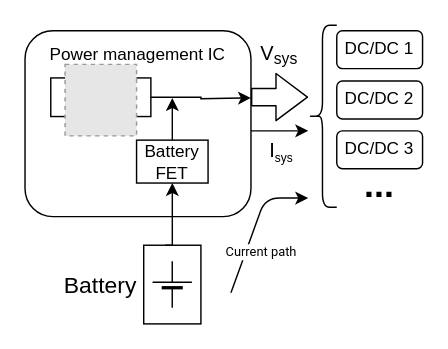
Before: diagram/Untitled Diagram_1.2.drawio in huhu6608/3Paths_UPS, a draw.io diagram. Source tidied: cells renumbered, new cells numbered last; positions are measured from the earlier drawing's top-left corner, leaving out a move shared by most shapes. Both pictures are drawn from the tidied source at 143%, with x=0, y=0 at pixel (24, 24). Pictures stored in the file or linked from it are replaced by grey dashed boxes.
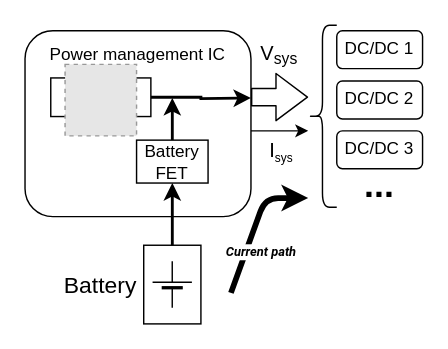
The same page after the edit.

Unchanged cells that the change refers to:
```xml
<mxCell id="5" value="DC/DC" style="rounded=0;whiteSpace=wrap;html=1;" parent="1" vertex="1">
  <mxGeometry x="18" y="37" width="70" height="27" as="geometry" />
</mxCell>
<mxCell id="7" value="&lt;font style=&quot;font-size: 12px;&quot;&gt;Battery FET&lt;/font&gt;" style="rounded=0;whiteSpace=wrap;html=1;fontSize=12;" parent="1" vertex="1">
  <mxGeometry x="78" y="80.5" width="50" height="30" as="geometry" />
</mxCell>
```

Diff of the diagram source:
```diff
@@
-    <mxCell id="4" style="edgeStyle=orthogonalEdgeStyle;rounded=0;jettySize=auto;html=1;fontSize=12;" parent="1" edge="1" source="5">
+    <mxCell id="4" style="edgeStyle=orthogonalEdgeStyle;rounded=0;jettySize=auto;html=1;fontSize=12;strokeWidth=2;" parent="1" edge="1" source="5">
       <mxGeometry relative="1" as="geometry">
         <mxPoint x="158" y="51" as="targetPoint" />
       </mxGeometry>
     </mxCell>
@@
-    <mxCell id="6" style="edgeStyle=orthogonalEdgeStyle;rounded=0;jettySize=auto;html=1;fontSize=10;" parent="1" edge="1" source="7">
+    <mxCell id="6" style="edgeStyle=orthogonalEdgeStyle;rounded=0;jettySize=auto;html=1;fontSize=10;strokeWidth=2;" parent="1" edge="1" source="7">
       <mxGeometry relative="1" as="geometry">
         <mxPoint x="103" y="51" as="targetPoint" />
       </mxGeometry>
     </mxCell>
@@
-    <mxCell id="14" style="edgeStyle=orthogonalEdgeStyle;rounded=0;jettySize=auto;html=1;fontSize=10;spacingRight=0;horizontal=1;" parent="1" edge="1" target="7">
+    <mxCell id="14" style="edgeStyle=orthogonalEdgeStyle;rounded=0;jettySize=auto;html=1;fontSize=10;spacingRight=0;horizontal=1;strokeWidth=2;" parent="1" edge="1" target="7">
       <mxGeometry relative="1" as="geometry">
-        <mxPoint x="98" y="154" as="sourcePoint" />
+        <mxPoint x="103" y="154" as="sourcePoint" />
         <Array as="points">
           <mxPoint x="103" y="154" />
         </Array>
       </mxGeometry>
     </mxCell>
@@
-    <mxCell id="21" style="endArrow=classic;html=1;fontSize=10;" parent="1" edge="1">
+    <mxCell id="21" style="endArrow=classic;html=1;fontSize=10;strokeWidth=4;" parent="1" edge="1">
       <mxGeometry relative="1" as="geometry">
         <mxPoint x="144" y="187.3" as="sourcePoint" />
         <mxPoint x="198" y="121" as="targetPoint" />
         <Array as="points">
           <mxPoint x="168" y="121" />
         </Array>
       </mxGeometry>
     </mxCell>
-    <mxCell id="22" value="&lt;span style=&quot;font-family: &amp;#34;roboto&amp;#34; , &amp;#34;robotodraft&amp;#34; , &amp;#34;helvetica&amp;#34; , &amp;#34;arial&amp;#34; , sans-serif ; font-size: 9px ; background-color: rgb(255 , 255 , 255)&quot;&gt;Current path&lt;/span&gt;" style="edgeLabel;html=1;align=center;verticalAlign=middle;fontSize=9;" parent="21" vertex="1">
+    <mxCell id="22" value="&lt;span style=&quot;font-family: &amp;quot;roboto&amp;quot; , &amp;quot;robotodraft&amp;quot; , &amp;quot;helvetica&amp;quot; , &amp;quot;arial&amp;quot; , sans-serif ; font-size: 9px ; background-color: rgb(255 , 255 , 255)&quot;&gt;Current path&lt;/span&gt;" style="edgeLabel;html=1;align=center;verticalAlign=middle;fontSize=9;fontStyle=3;" parent="21" vertex="1">
       <mxGeometry relative="1" as="geometry">
         <mxPoint x="3.8" y="18.7" as="offset" />
       </mxGeometry>
     </mxCell>
```
